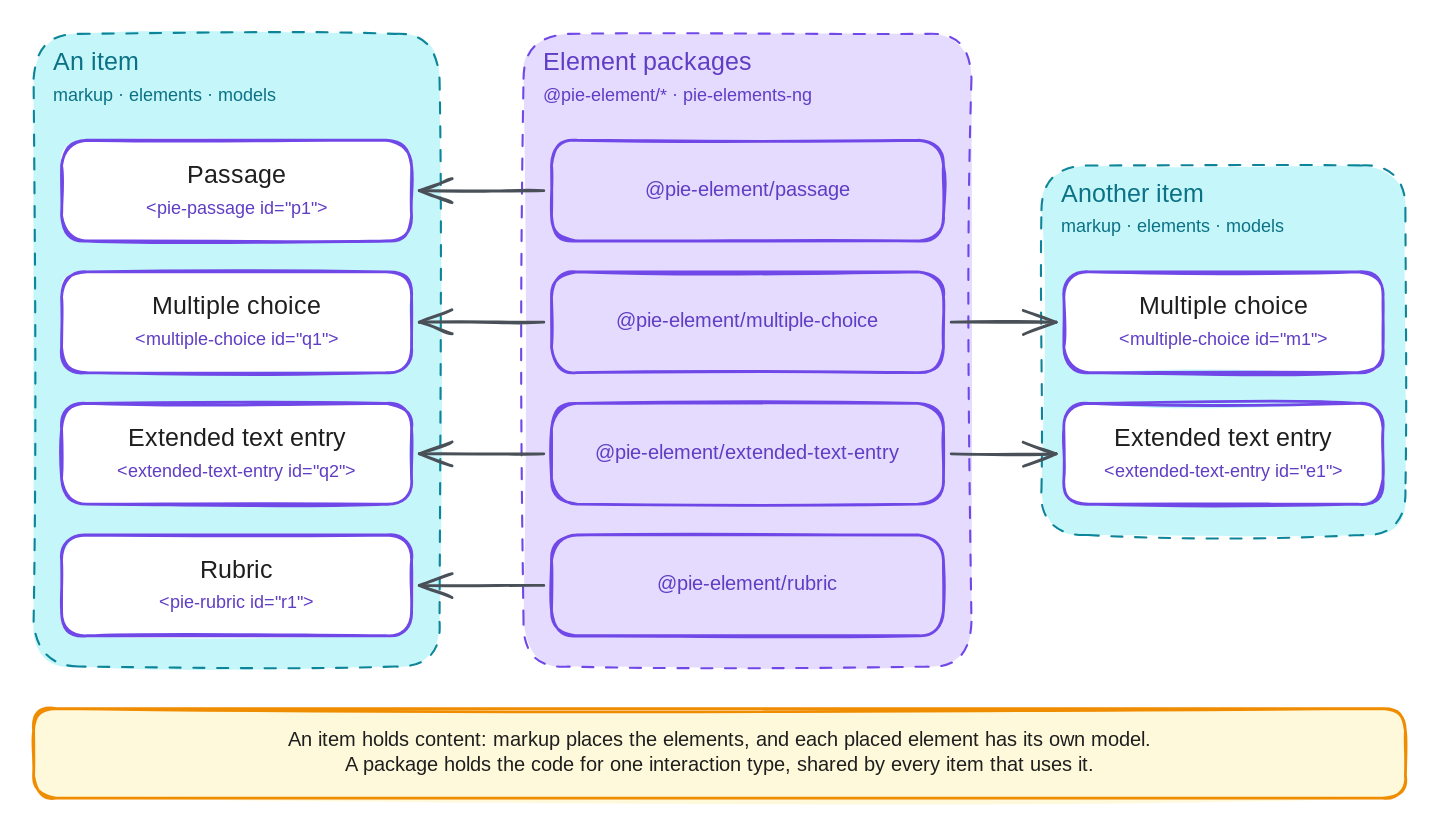
This is packages/pie-website-app/static/images/diagrams/content-item-and-elements.excalidraw.svg from pie-framework/pie-website-ng, a Excalidraw export, as it was before one commit. Source tidied: one line per element, renumbered; positions are measured from the earlier drawing's top-left corner, leaving out a move shared by most shapes.
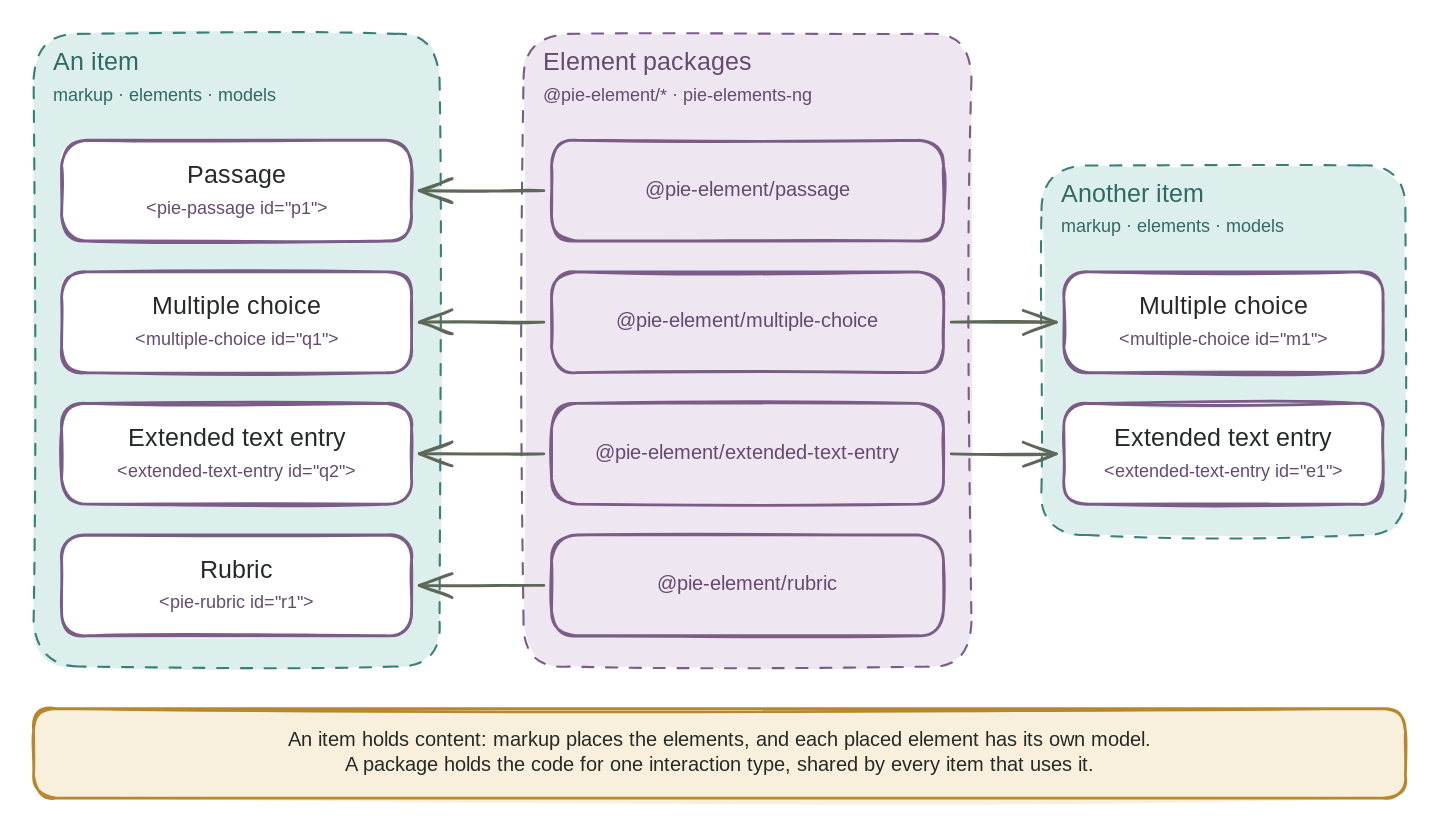
The same diagram one commit later.

What changed in the source:
```diff
@@ -1,43 +1,43 @@
-{"id": 0, "type": "rectangle", "strokeColor": "#7048e8", "backgroundColor": "#e5dbff", "fillStyle": "solid", "strokeWidth": 1, "strokeStyle": "dashed", "roughness": 1, "round": true, "x": 350, "y": 0, "width": 320, "height": 452}
+{"id": 0, "type": "rectangle", "strokeColor": "#7a5c86", "backgroundColor": "#eee6f0", "fillStyle": "solid", "strokeWidth": 1, "strokeStyle": "dashed", "roughness": 1, "round": true, "x": 350, "y": 0, "width": 320, "height": 452}
-{"id": 1, "type": "text", "text": "Element packages", "strokeColor": "#5f3dc4", "strokeWidth": 2, "roughness": 1, "fontSize": 18, "fontFamily": 5, "x": 364, "y": 10, "width": 153, "height": 22}
+{"id": 1, "type": "text", "text": "Element packages", "strokeColor": "#654a70", "strokeWidth": 2, "roughness": 1, "fontSize": 18, "fontFamily": 5, "x": 364, "y": 10, "width": 153, "height": 22}
-{"id": 2, "type": "text", "text": "@pie-element/* · pie-elements-ng", "strokeColor": "#5f3dc4", "strokeWidth": 2, "roughness": 1, "fontSize": 13, "fontFamily": 8, "x": 364, "y": 36, "width": 225, "height": 16}
+{"id": 2, "type": "text", "text": "@pie-element/* · pie-elements-ng", "strokeColor": "#654a70", "strokeWidth": 2, "roughness": 1, "fontSize": 13, "fontFamily": 8, "x": 364, "y": 36, "width": 225, "height": 16}
-{"id": 3, "type": "rectangle", "strokeColor": "#0c8599", "backgroundColor": "#c5f6fa", "fillStyle": "solid", "strokeWidth": 1, "strokeStyle": "dashed", "roughness": 1, "round": true, "x": 0, "y": 0, "width": 290, "height": 452}
+{"id": 3, "type": "rectangle", "strokeColor": "#3b7f7a", "backgroundColor": "#ddefec", "fillStyle": "solid", "strokeWidth": 1, "strokeStyle": "dashed", "roughness": 1, "round": true, "x": 0, "y": 0, "width": 290, "height": 452}
-{"id": 4, "type": "text", "text": "An item", "strokeColor": "#0b7285", "strokeWidth": 2, "roughness": 1, "fontSize": 18, "fontFamily": 5, "x": 14, "y": 10, "width": 65, "height": 22}
+{"id": 4, "type": "text", "text": "An item", "strokeColor": "#2f6964", "strokeWidth": 2, "roughness": 1, "fontSize": 18, "fontFamily": 5, "x": 14, "y": 10, "width": 65, "height": 22}
-{"id": 5, "type": "text", "text": "markup · elements · models", "strokeColor": "#0b7285", "strokeWidth": 2, "roughness": 1, "fontSize": 13, "fontFamily": 8, "x": 14, "y": 36, "width": 178, "height": 16}
+{"id": 5, "type": "text", "text": "markup · elements · models", "strokeColor": "#2f6964", "strokeWidth": 2, "roughness": 1, "fontSize": 13, "fontFamily": 8, "x": 14, "y": 36, "width": 178, "height": 16}
-{"id": 6, "type": "rectangle", "strokeColor": "#0c8599", "backgroundColor": "#c5f6fa", "fillStyle": "solid", "strokeWidth": 1, "strokeStyle": "dashed", "roughness": 1, "round": true, "x": 720, "y": 94, "width": 260, "height": 264}
+{"id": 6, "type": "rectangle", "strokeColor": "#3b7f7a", "backgroundColor": "#ddefec", "fillStyle": "solid", "strokeWidth": 1, "strokeStyle": "dashed", "roughness": 1, "round": true, "x": 720, "y": 94, "width": 260, "height": 264}
-{"id": 7, "type": "text", "text": "Another item", "strokeColor": "#0b7285", "strokeWidth": 2, "roughness": 1, "fontSize": 18, "fontFamily": 5, "x": 734, "y": 104, "width": 113, "height": 22}
+{"id": 7, "type": "text", "text": "Another item", "strokeColor": "#2f6964", "strokeWidth": 2, "roughness": 1, "fontSize": 18, "fontFamily": 5, "x": 734, "y": 104, "width": 113, "height": 22}
-{"id": 8, "type": "text", "text": "markup · elements · models", "strokeColor": "#0b7285", "strokeWidth": 2, "roughness": 1, "fontSize": 13, "fontFamily": 8, "x": 734, "y": 130, "width": 178, "height": 16}
+{"id": 8, "type": "text", "text": "markup · elements · models", "strokeColor": "#2f6964", "strokeWidth": 2, "roughness": 1, "fontSize": 13, "fontFamily": 8, "x": 734, "y": 130, "width": 178, "height": 16}
-{"id": 9, "type": "rectangle", "strokeColor": "#7048e8", "backgroundColor": "#e5dbff", "fillStyle": "solid", "strokeWidth": 2, "roughness": 1, "round": true, "x": 370, "y": 76, "width": 280, "height": 72}
+{"id": 9, "type": "rectangle", "strokeColor": "#7a5c86", "backgroundColor": "#eee6f0", "fillStyle": "solid", "strokeWidth": 2, "roughness": 1, "round": true, "x": 370, "y": 76, "width": 280, "height": 72}
-{"id": 10, "type": "text", "text": "@pie-element/passage", "strokeColor": "#5f3dc4", "strokeWidth": 2, "roughness": 1, "fontSize": 14, "fontFamily": 8, "textAlign": "center", "x": 433, "y": 103, "width": 154, "height": 18}
+{"id": 10, "type": "text", "text": "@pie-element/passage", "strokeColor": "#654a70", "strokeWidth": 2, "roughness": 1, "fontSize": 14, "fontFamily": 8, "textAlign": "center", "x": 433, "y": 103, "width": 154, "height": 18}
-{"id": 11, "type": "rectangle", "strokeColor": "#7048e8", "backgroundColor": "#e5dbff", "fillStyle": "solid", "strokeWidth": 2, "roughness": 1, "round": true, "x": 370, "y": 170, "width": 280, "height": 72}
+{"id": 11, "type": "rectangle", "strokeColor": "#7a5c86", "backgroundColor": "#eee6f0", "fillStyle": "solid", "strokeWidth": 2, "roughness": 1, "round": true, "x": 370, "y": 170, "width": 280, "height": 72}
-{"id": 12, "type": "text", "text": "@pie-element/multiple-choice", "strokeColor": "#5f3dc4", "strokeWidth": 2, "roughness": 1, "fontSize": 14, "fontFamily": 8, "textAlign": "center", "x": 402, "y": 197, "width": 216, "height": 18}
+{"id": 12, "type": "text", "text": "@pie-element/multiple-choice", "strokeColor": "#654a70", "strokeWidth": 2, "roughness": 1, "fontSize": 14, "fontFamily": 8, "textAlign": "center", "x": 402, "y": 197, "width": 216, "height": 18}
-{"id": 13, "type": "rectangle", "strokeColor": "#7048e8", "backgroundColor": "#e5dbff", "fillStyle": "solid", "strokeWidth": 2, "roughness": 1, "round": true, "x": 370, "y": 264, "width": 280, "height": 72}
+{"id": 13, "type": "rectangle", "strokeColor": "#7a5c86", "backgroundColor": "#eee6f0", "fillStyle": "solid", "strokeWidth": 2, "roughness": 1, "round": true, "x": 370, "y": 264, "width": 280, "height": 72}
-{"id": 14, "type": "text", "text": "@pie-element/extended-text-entry", "strokeColor": "#5f3dc4", "strokeWidth": 2, "roughness": 1, "fontSize": 14, "fontFamily": 8, "textAlign": "center", "x": 387, "y": 291, "width": 246, "height": 18}
+{"id": 14, "type": "text", "text": "@pie-element/extended-text-entry", "strokeColor": "#654a70", "strokeWidth": 2, "roughness": 1, "fontSize": 14, "fontFamily": 8, "textAlign": "center", "x": 387, "y": 291, "width": 246, "height": 18}
-{"id": 15, "type": "rectangle", "strokeColor": "#7048e8", "backgroundColor": "#e5dbff", "fillStyle": "solid", "strokeWidth": 2, "roughness": 1, "round": true, "x": 370, "y": 358, "width": 280, "height": 72}
+{"id": 15, "type": "rectangle", "strokeColor": "#7a5c86", "backgroundColor": "#eee6f0", "fillStyle": "solid", "strokeWidth": 2, "roughness": 1, "round": true, "x": 370, "y": 358, "width": 280, "height": 72}
-{"id": 16, "type": "text", "text": "@pie-element/rubric", "strokeColor": "#5f3dc4", "strokeWidth": 2, "roughness": 1, "fontSize": 14, "fontFamily": 8, "textAlign": "center", "x": 437, "y": 385, "width": 146, "height": 18}
+{"id": 16, "type": "text", "text": "@pie-element/rubric", "strokeColor": "#654a70", "strokeWidth": 2, "roughness": 1, "fontSize": 14, "fontFamily": 8, "textAlign": "center", "x": 437, "y": 385, "width": 146, "height": 18}
-{"id": 17, "type": "rectangle", "strokeColor": "#7048e8", "backgroundColor": "#ffffff", "fillStyle": "solid", "strokeWidth": 2, "roughness": 1, "round": true, "x": 20, "y": 76, "width": 250, "height": 72}
+{"id": 17, "type": "rectangle", "strokeColor": "#7a5c86", "backgroundColor": "#ffffff", "fillStyle": "solid", "strokeWidth": 2, "roughness": 1, "round": true, "x": 20, "y": 76, "width": 250, "height": 72}
-{"id": 18, "type": "text", "text": "Passage", "strokeColor": "#1e1e1e", "strokeWidth": 2, "roughness": 1, "fontSize": 18, "fontFamily": 5, "textAlign": "center", "x": 109, "y": 91, "width": 72, "height": 22}
+{"id": 18, "type": "text", "text": "Passage", "strokeColor": "#252a27", "strokeWidth": 2, "roughness": 1, "fontSize": 18, "fontFamily": 5, "textAlign": "center", "x": 109, "y": 91, "width": 72, "height": 22}
-{"id": 19, "type": "text", "text": "<pie-passage id=\"p1\">", "strokeColor": "#5f3dc4", "strokeWidth": 2, "roughness": 1, "fontSize": 13, "fontFamily": 8, "textAlign": "center", "x": 70, "y": 117, "width": 150, "height": 16}
+{"id": 19, "type": "text", "text": "<pie-passage id=\"p1\">", "strokeColor": "#654a70", "strokeWidth": 2, "roughness": 1, "fontSize": 13, "fontFamily": 8, "textAlign": "center", "x": 70, "y": 117, "width": 150, "height": 16}
-{"id": 20, "type": "rectangle", "strokeColor": "#7048e8", "backgroundColor": "#ffffff", "fillStyle": "solid", "strokeWidth": 2, "roughness": 1, "round": true, "x": 20, "y": 170, "width": 250, "height": 72}
+{"id": 20, "type": "rectangle", "strokeColor": "#7a5c86", "backgroundColor": "#ffffff", "fillStyle": "solid", "strokeWidth": 2, "roughness": 1, "round": true, "x": 20, "y": 170, "width": 250, "height": 72}
-{"id": 21, "type": "text", "text": "Multiple choice", "strokeColor": "#1e1e1e", "strokeWidth": 2, "roughness": 1, "fontSize": 18, "fontFamily": 5, "textAlign": "center", "x": 82, "y": 185, "width": 126, "height": 22}
+{"id": 21, "type": "text", "text": "Multiple choice", "strokeColor": "#252a27", "strokeWidth": 2, "roughness": 1, "fontSize": 18, "fontFamily": 5, "textAlign": "center", "x": 82, "y": 185, "width": 126, "height": 22}
-{"id": 22, "type": "text", "text": "<multiple-choice id=\"q1\">", "strokeColor": "#5f3dc4", "strokeWidth": 2, "roughness": 1, "fontSize": 13, "fontFamily": 8, "textAlign": "center", "x": 56, "y": 211, "width": 179, "height": 16}
+{"id": 22, "type": "text", "text": "<multiple-choice id=\"q1\">", "strokeColor": "#654a70", "strokeWidth": 2, "roughness": 1, "fontSize": 13, "fontFamily": 8, "textAlign": "center", "x": 56, "y": 211, "width": 179, "height": 16}
-{"id": 23, "type": "rectangle", "strokeColor": "#7048e8", "backgroundColor": "#ffffff", "fillStyle": "solid", "strokeWidth": 2, "roughness": 1, "round": true, "x": 20, "y": 264, "width": 250, "height": 72}
+{"id": 23, "type": "rectangle", "strokeColor": "#7a5c86", "backgroundColor": "#ffffff", "fillStyle": "solid", "strokeWidth": 2, "roughness": 1, "round": true, "x": 20, "y": 264, "width": 250, "height": 72}
-{"id": 24, "type": "text", "text": "Extended text entry", "strokeColor": "#1e1e1e", "strokeWidth": 2, "roughness": 1, "fontSize": 18, "fontFamily": 5, "textAlign": "center", "x": 53, "y": 279, "width": 185, "height": 22}
+{"id": 24, "type": "text", "text": "Extended text entry", "strokeColor": "#252a27", "strokeWidth": 2, "roughness": 1, "fontSize": 18, "fontFamily": 5, "textAlign": "center", "x": 53, "y": 279, "width": 185, "height": 22}
-{"id": 25, "type": "text", "text": "<extended-text-entry id=\"q2\">", "strokeColor": "#5f3dc4", "strokeWidth": 2, "roughness": 1, "fontSize": 13, "fontFamily": 8, "textAlign": "center", "x": 41, "y": 305, "width": 207, "height": 16}
+{"id": 25, "type": "text", "text": "<extended-text-entry id=\"q2\">", "strokeColor": "#654a70", "strokeWidth": 2, "roughness": 1, "fontSize": 13, "fontFamily": 8, "textAlign": "center", "x": 41, "y": 305, "width": 207, "height": 16}
-{"id": 26, "type": "rectangle", "strokeColor": "#7048e8", "backgroundColor": "#ffffff", "fillStyle": "solid", "strokeWidth": 2, "roughness": 1, "round": true, "x": 20, "y": 358, "width": 250, "height": 72}
+{"id": 26, "type": "rectangle", "strokeColor": "#7a5c86", "backgroundColor": "#ffffff", "fillStyle": "solid", "strokeWidth": 2, "roughness": 1, "round": true, "x": 20, "y": 358, "width": 250, "height": 72}
-{"id": 27, "type": "text", "text": "Rubric", "strokeColor": "#1e1e1e", "strokeWidth": 2, "roughness": 1, "fontSize": 18, "fontFamily": 5, "textAlign": "center", "x": 118, "y": 373, "width": 54, "height": 22}
+{"id": 27, "type": "text", "text": "Rubric", "strokeColor": "#252a27", "strokeWidth": 2, "roughness": 1, "fontSize": 18, "fontFamily": 5, "textAlign": "center", "x": 118, "y": 373, "width": 54, "height": 22}
-{"id": 28, "type": "text", "text": "<pie-rubric id=\"r1\">", "strokeColor": "#5f3dc4", "strokeWidth": 2, "roughness": 1, "fontSize": 13, "fontFamily": 8, "textAlign": "center", "x": 74, "y": 399, "width": 143, "height": 16}
+{"id": 28, "type": "text", "text": "<pie-rubric id=\"r1\">", "strokeColor": "#654a70", "strokeWidth": 2, "roughness": 1, "fontSize": 13, "fontFamily": 8, "textAlign": "center", "x": 74, "y": 399, "width": 143, "height": 16}
-{"id": 29, "type": "rectangle", "strokeColor": "#7048e8", "backgroundColor": "#ffffff", "fillStyle": "solid", "strokeWidth": 2, "roughness": 1, "round": true, "x": 736, "y": 170, "width": 228, "height": 72}
+{"id": 29, "type": "rectangle", "strokeColor": "#7a5c86", "backgroundColor": "#ffffff", "fillStyle": "solid", "strokeWidth": 2, "roughness": 1, "round": true, "x": 736, "y": 170, "width": 228, "height": 72}
-{"id": 30, "type": "text", "text": "Multiple choice", "strokeColor": "#1e1e1e", "strokeWidth": 2, "roughness": 1, "fontSize": 18, "fontFamily": 5, "textAlign": "center", "x": 787, "y": 185, "width": 126, "height": 22}
+{"id": 30, "type": "text", "text": "Multiple choice", "strokeColor": "#252a27", "strokeWidth": 2, "roughness": 1, "fontSize": 18, "fontFamily": 5, "textAlign": "center", "x": 787, "y": 185, "width": 126, "height": 22}
-{"id": 31, "type": "text", "text": "<multiple-choice id=\"m1\">", "strokeColor": "#5f3dc4", "strokeWidth": 2, "roughness": 1, "fontSize": 13, "fontFamily": 8, "textAlign": "center", "x": 761, "y": 211, "width": 179, "height": 16}
+{"id": 31, "type": "text", "text": "<multiple-choice id=\"m1\">", "strokeColor": "#654a70", "strokeWidth": 2, "roughness": 1, "fontSize": 13, "fontFamily": 8, "textAlign": "center", "x": 761, "y": 211, "width": 179, "height": 16}
-{"id": 32, "type": "rectangle", "strokeColor": "#7048e8", "backgroundColor": "#ffffff", "fillStyle": "solid", "strokeWidth": 2, "roughness": 1, "round": true, "x": 736, "y": 264, "width": 228, "height": 72}
+{"id": 32, "type": "rectangle", "strokeColor": "#7a5c86", "backgroundColor": "#ffffff", "fillStyle": "solid", "strokeWidth": 2, "roughness": 1, "round": true, "x": 736, "y": 264, "width": 228, "height": 72}
-{"id": 33, "type": "text", "text": "Extended text entry", "strokeColor": "#1e1e1e", "strokeWidth": 2, "roughness": 1, "fontSize": 18, "fontFamily": 5, "textAlign": "center", "x": 758, "y": 279, "width": 185, "height": 22}
+{"id": 33, "type": "text", "text": "Extended text entry", "strokeColor": "#252a27", "strokeWidth": 2, "roughness": 1, "fontSize": 18, "fontFamily": 5, "textAlign": "center", "x": 758, "y": 279, "width": 185, "height": 22}
-{"id": 34, "type": "text", "text": "<extended-text-entry id=\"e1\">", "strokeColor": "#5f3dc4", "strokeWidth": 2, "roughness": 1, "fontSize": 13, "fontFamily": 8, "textAlign": "center", "x": 746, "y": 305, "width": 207, "height": 16}
+{"id": 34, "type": "text", "text": "<extended-text-entry id=\"e1\">", "strokeColor": "#654a70", "strokeWidth": 2, "roughness": 1, "fontSize": 13, "fontFamily": 8, "textAlign": "center", "x": 746, "y": 305, "width": 207, "height": 16}
-{"id": 35, "type": "rectangle", "strokeColor": "#f08c00", "backgroundColor": "#fff9db", "fillStyle": "solid", "strokeWidth": 2, "roughness": 1, "round": true, "x": 0, "y": 482, "width": 980, "height": 64}
+{"id": 35, "type": "rectangle", "strokeColor": "#b8862b", "backgroundColor": "#f8f0dc", "fillStyle": "solid", "strokeWidth": 2, "roughness": 1, "round": true, "x": 0, "y": 482, "width": 980, "height": 64}
-{"id": 36, "type": "text", "text": "An item holds content: markup places the elements, and each placed element has its own model.\nA package holds the code for one interaction type, shared by every item that uses it.", "strokeColor": "#1e1e1e", "strokeWidth": 2, "roughness": 1, "fontSize": 14, "fontFamily": 5, "textAlign": "center", "x": 166, "y": 496, "width": 647, "height": 35}
+{"id": 36, "type": "text", "text": "An item holds content: markup places the elements, and each placed element has its own model.\nA package holds the code for one interaction type, shared by every item that uses it.", "strokeColor": "#252a27", "strokeWidth": 2, "roughness": 1, "fontSize": 14, "fontFamily": 5, "textAlign": "center", "x": 166, "y": 496, "width": 647, "height": 35}
-{"id": 37, "type": "arrow", "strokeColor": "#495057", "strokeWidth": 2, "roughness": 1, "endArrowhead": "arrow", "from": 9, "to": 17, "x": 364, "y": 112, "width": 89, "height": 0, "points": [[0, 0], [-89, 0]]}
+{"id": 37, "type": "arrow", "strokeColor": "#5d6858", "strokeWidth": 2, "roughness": 1, "endArrowhead": "arrow", "from": 9, "to": 17, "x": 364, "y": 112, "width": 89, "height": 0, "points": [[0, 0], [-89, 0]]}
-{"id": 38, "type": "arrow", "strokeColor": "#495057", "strokeWidth": 2, "roughness": 1, "endArrowhead": "arrow", "from": 11, "to": 20, "x": 364, "y": 206, "width": 89, "height": 0, "points": [[0, 0], [-89, 0]]}
+{"id": 38, "type": "arrow", "strokeColor": "#5d6858", "strokeWidth": 2, "roughness": 1, "endArrowhead": "arrow", "from": 11, "to": 20, "x": 364, "y": 206, "width": 89, "height": 0, "points": [[0, 0], [-89, 0]]}
-{"id": 39, "type": "arrow", "strokeColor": "#495057", "strokeWidth": 2, "roughness": 1, "endArrowhead": "arrow", "from": 13, "to": 23, "x": 364, "y": 300, "width": 89, "height": 0, "points": [[0, 0], [-89, 0]]}
+{"id": 39, "type": "arrow", "strokeColor": "#5d6858", "strokeWidth": 2, "roughness": 1, "endArrowhead": "arrow", "from": 13, "to": 23, "x": 364, "y": 300, "width": 89, "height": 0, "points": [[0, 0], [-89, 0]]}
-{"id": 40, "type": "arrow", "strokeColor": "#495057", "strokeWidth": 2, "roughness": 1, "endArrowhead": "arrow", "from": 15, "to": 26, "x": 364, "y": 394, "width": 89, "height": 0, "points": [[0, 0], [-89, 0]]}
+{"id": 40, "type": "arrow", "strokeColor": "#5d6858", "strokeWidth": 2, "roughness": 1, "endArrowhead": "arrow", "from": 15, "to": 26, "x": 364, "y": 394, "width": 89, "height": 0, "points": [[0, 0], [-89, 0]]}
-{"id": 41, "type": "arrow", "strokeColor": "#495057", "strokeWidth": 2, "roughness": 1, "endArrowhead": "arrow", "from": 11, "to": 29, "x": 656, "y": 206, "width": 75, "height": 0, "points": [[0, 0], [75, 0]]}
+{"id": 41, "type": "arrow", "strokeColor": "#5d6858", "strokeWidth": 2, "roughness": 1, "endArrowhead": "arrow", "from": 11, "to": 29, "x": 656, "y": 206, "width": 75, "height": 0, "points": [[0, 0], [75, 0]]}
-{"id": 42, "type": "arrow", "strokeColor": "#495057", "strokeWidth": 2, "roughness": 1, "endArrowhead": "arrow", "from": 13, "to": 32, "x": 656, "y": 300, "width": 75, "height": 0, "points": [[0, 0], [75, 0]]}
+{"id": 42, "type": "arrow", "strokeColor": "#5d6858", "strokeWidth": 2, "roughness": 1, "endArrowhead": "arrow", "from": 13, "to": 32, "x": 656, "y": 300, "width": 75, "height": 0, "points": [[0, 0], [75, 0]]}
```
